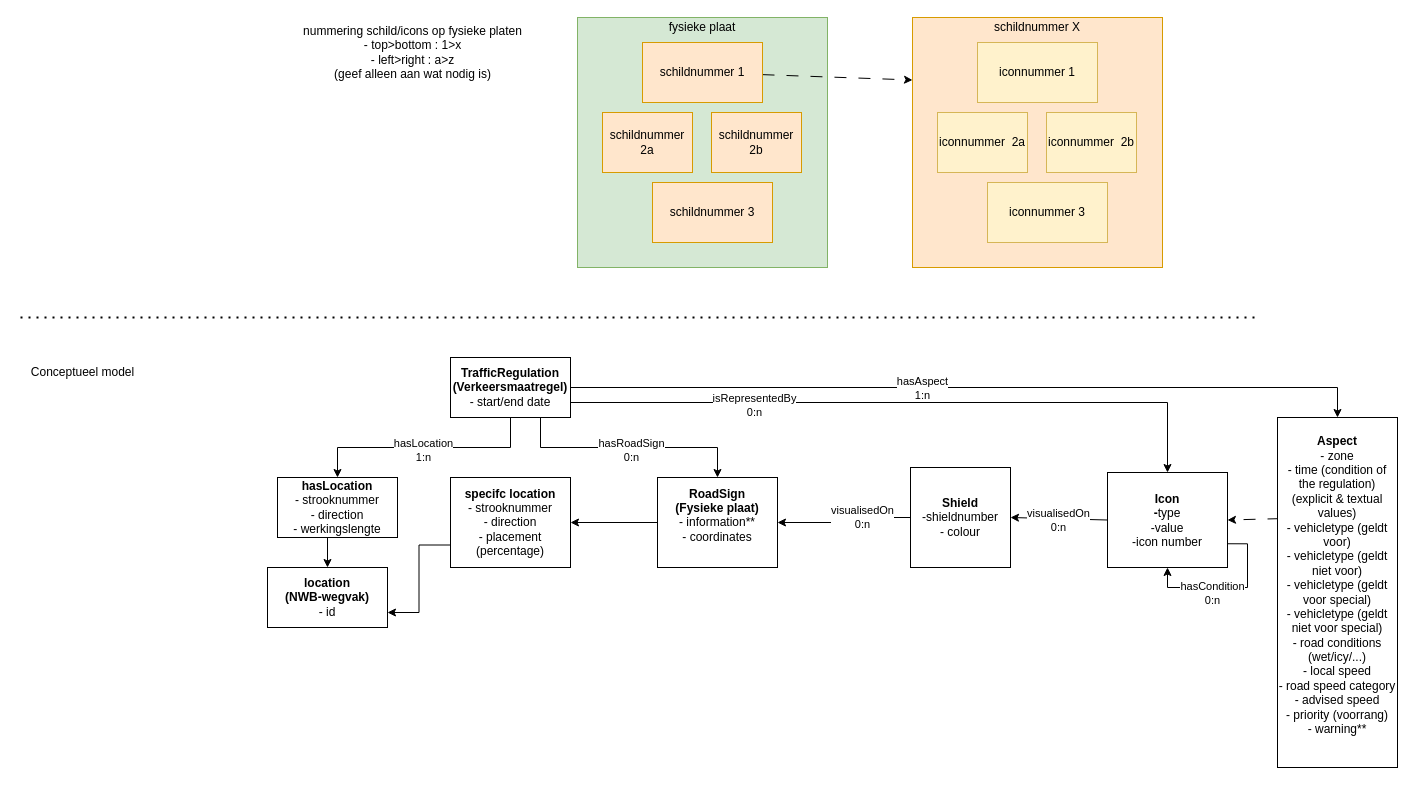
Before: docs/InformationModelVerkeersborden_schema/IM_verkeersborden_WIP.drawio in Stichting-CROW/verkeersborden, a draw.io diagram. Source tidied: cells renumbered, new cells numbered last; positions are measured from the earlier drawing's top-left corner, leaving out a move shared by most shapes. Both pictures are drawn from the tidied source at 100%, with x=0, y=0 at pixel (17, 17).
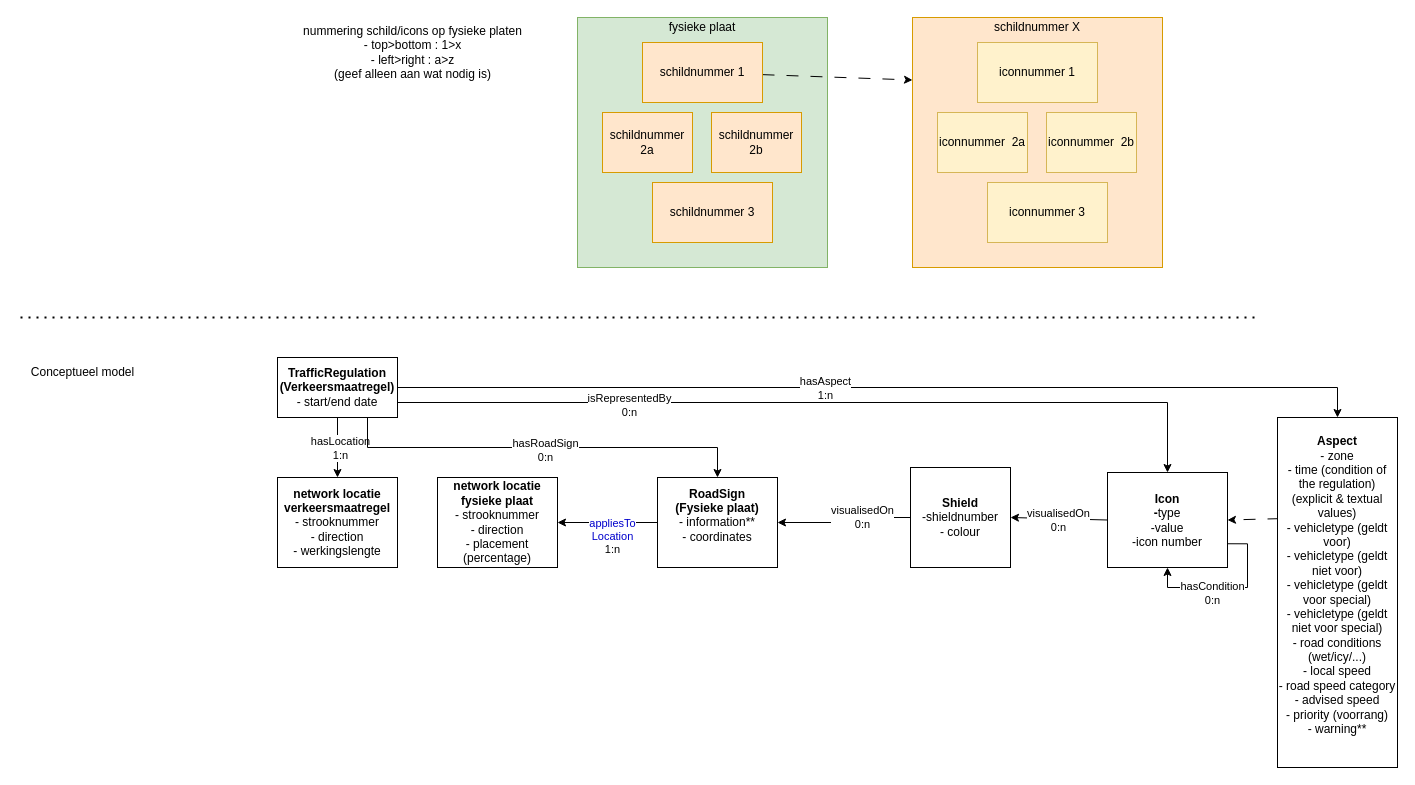
The same diagram, later.

The edit, as a diff of the source:
```diff
@@
     <mxCell id="10" value="&lt;div&gt;&lt;b&gt;TrafficRegulation&lt;/b&gt;&lt;/div&gt;&lt;div&gt;&lt;b&gt;(Verkeersmaatregel)&lt;br&gt;&lt;/b&gt;&lt;/div&gt;&lt;div&gt;- start/end date&lt;br&gt;&lt;/div&gt;" style="rounded=0;whiteSpace=wrap;html=1;" parent="1" vertex="1">
-      <mxGeometry x="433" y="340" width="120" height="60" as="geometry" />
+      <mxGeometry x="260" y="340" width="120" height="60" as="geometry" />
     </mxCell>
@@
-    <mxCell id="12" style="edgeStyle=orthogonalEdgeStyle;rounded=0;jettySize=auto;html=1;exitX=0.5;exitY=1;exitDx=0;exitDy=0;entryX=0.5;entryY=0;entryDx=0;entryDy=0;" parent="1" edge="1" source="13" target="14">
-      <mxGeometry relative="1" as="geometry" />
-    </mxCell>
-    <mxCell id="13" value="&lt;div&gt;&lt;b&gt;hasLocation&lt;/b&gt;&lt;/div&gt;&lt;div&gt;- strooknummer&lt;/div&gt;&lt;div&gt;- direction&lt;/div&gt;&lt;div&gt;- werkingslengte&lt;br&gt;&lt;/div&gt;" style="rounded=0;whiteSpace=wrap;html=1;" parent="1" vertex="1">
-      <mxGeometry x="260" y="460" width="120" height="60" as="geometry" />
+    <mxCell id="13" value="&lt;div&gt;&lt;b&gt;network locatie verkeersmaatregel&lt;/b&gt;&lt;/div&gt;&lt;div&gt;- strooknummer&lt;/div&gt;&lt;div&gt;- direction&lt;/div&gt;&lt;div&gt;- werkingslengte&lt;br&gt;&lt;/div&gt;" style="rounded=0;whiteSpace=wrap;html=1;" parent="1" vertex="1">
+      <mxGeometry x="260" y="460" width="120" height="90" as="geometry" />
     </mxCell>
-    <mxCell id="14" value="&lt;div&gt;&lt;b&gt;location&lt;/b&gt;&lt;/div&gt;&lt;div&gt;&lt;b&gt;(NWB-wegvak)&lt;/b&gt;&lt;/div&gt;&lt;div&gt;- id&lt;br&gt;&lt;/div&gt;" style="rounded=0;whiteSpace=wrap;html=1;" parent="1" vertex="1">
-      <mxGeometry x="250" y="550" width="120" height="60" as="geometry" />
-    </mxCell>
-    <mxCell id="15" style="edgeStyle=orthogonalEdgeStyle;rounded=0;jettySize=auto;html=1;exitX=0;exitY=0.75;exitDx=0;exitDy=0;entryX=1;entryY=0.75;entryDx=0;entryDy=0;" parent="1" edge="1" source="16" target="14">
-      <mxGeometry relative="1" as="geometry" />
-    </mxCell>
-    <mxCell id="16" value="&lt;div&gt;&lt;b&gt;specifc location&lt;/b&gt;&lt;/div&gt;&lt;div&gt;- strooknummer&lt;/div&gt;&lt;div&gt;- direction&lt;/div&gt;&lt;div&gt;- placement (percentage)&lt;br&gt;&lt;/div&gt;" style="rounded=0;whiteSpace=wrap;html=1;" parent="1" vertex="1">
-      <mxGeometry x="433" y="460" width="120" height="90" as="geometry" />
+    <mxCell id="16" value="&lt;div&gt;&lt;b&gt;network locatie fysieke plaat&lt;/b&gt;&lt;/div&gt;&lt;div&gt;- strooknummer&lt;/div&gt;&lt;div&gt;- direction&lt;/div&gt;&lt;div&gt;- placement (percentage)&lt;br&gt;&lt;/div&gt;" style="rounded=0;whiteSpace=wrap;html=1;" parent="1" vertex="1">
+      <mxGeometry x="420" y="460" width="120" height="90" as="geometry" />
     </mxCell>
@@
+    <mxCell id="42" value="&lt;div&gt;&lt;font color=&quot;#0000cc&quot;&gt;appliesTo&lt;/font&gt;&lt;/div&gt;&lt;div&gt;&lt;font color=&quot;#0000cc&quot;&gt;Location&lt;/font&gt;&lt;/div&gt;&lt;div&gt;1:n&lt;/div&gt;" style="edgeLabel;html=1;align=center;verticalAlign=middle;" parent="1" vertex="1">
+      <mxGeometry x="600" y="510" as="geometry">
+        <mxPoint x="-6" y="8" as="offset" />
+      </mxGeometry>
+    </mxCell>
```
